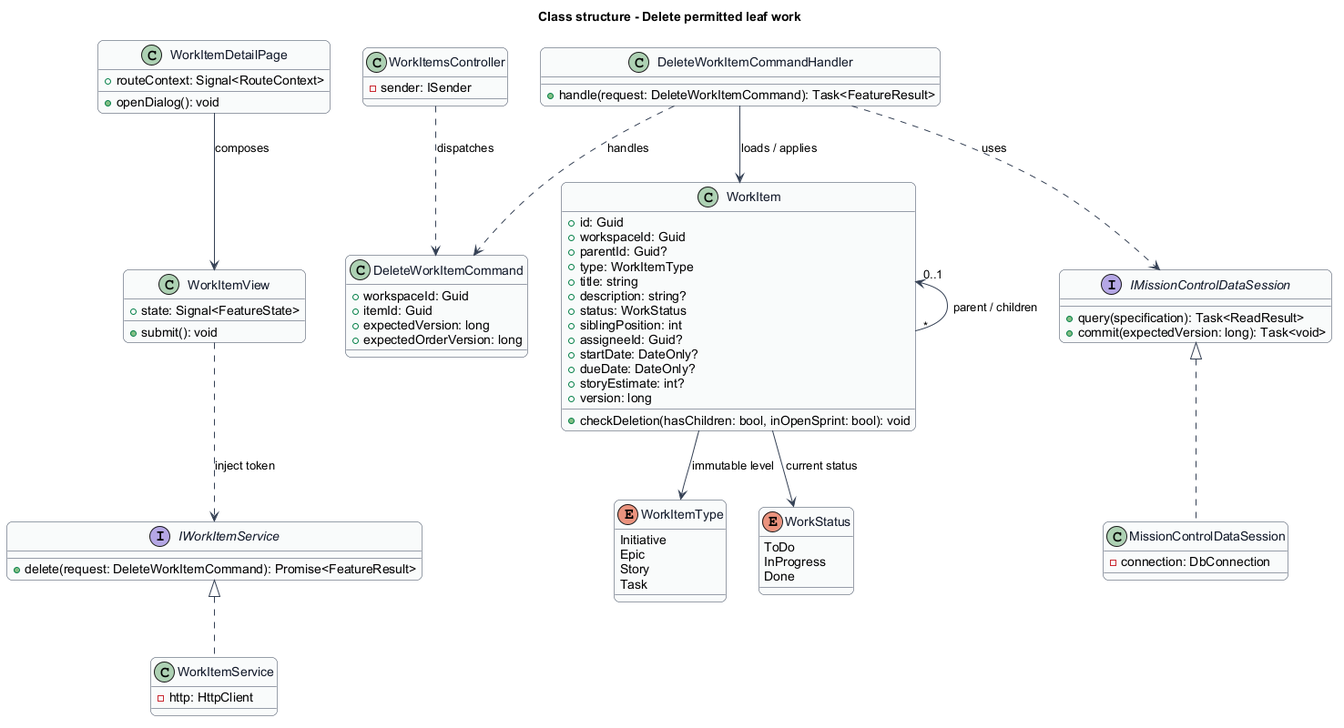
Before: docs/detailed-designs/work/delete-leaf-work/diagrams/class-structure.png, a diagram exported from PlantUML (QuinntyneBrown/mission-control). Source of this version:
```plantuml
@startuml
skinparam backgroundColor #FFFFFF
skinparam shadowing false
skinparam roundcorner 12
skinparam defaultFontName Arial
skinparam ArrowColor #344054
skinparam rectangle {
  BorderColor #344054
  FontColor #101828
}
skinparam package {
  BorderColor #667085
  FontColor #101828
  BackgroundColor #F9FAFB
}
title Class structure - Delete permitted leaf work
skinparam class {
  BorderColor #344054
  FontColor #101828
  BackgroundColor #F9FAFB
}
class WorkItemDetailPage {
  +routeContext: Signal<RouteContext>
  +openDialog(): void
}
class WorkItemView {
  +state: Signal<FeatureState>
  +submit(): void
}
interface IWorkItemService {
  +delete(request: DeleteWorkItemCommand): Promise<FeatureResult>
}
class WorkItemService {
  -http: HttpClient
}
class WorkItemsController {
  -sender: ISender
}
class WorkItem {
  +id: Guid
  +workspaceId: Guid
  +parentId: Guid?
  +type: WorkItemType
  +title: string
  +description: string?
  +status: WorkStatus
  +siblingPosition: int
  +assigneeId: Guid?
  +startDate: DateOnly?
  +dueDate: DateOnly?
  +storyEstimate: int?
  +version: long
  +checkDeletion(hasChildren: bool, inOpenSprint: bool): void
}
interface IMissionControlDataSession {
  +query(specification): Task<ReadResult>
  +commit(expectedVersion: long): Task<void>
}
class MissionControlDataSession {
  -connection: DbConnection
}
WorkItemDetailPage --> WorkItemView : composes
WorkItemView ..> IWorkItemService : inject token
IWorkItemService <|.. WorkItemService
IMissionControlDataSession <|.. MissionControlDataSession
class DeleteWorkItemCommand {
  +workspaceId: Guid
  +itemId: Guid
  +expectedVersion: long
  +expectedOrderVersion: long
}
class DeleteWorkItemCommandHandler {
  +handle(request: DeleteWorkItemCommand): Task<FeatureResult>
}
WorkItemsController ..> DeleteWorkItemCommand : dispatches
DeleteWorkItemCommandHandler ..> DeleteWorkItemCommand : handles
DeleteWorkItemCommandHandler --> WorkItem : loads / applies
DeleteWorkItemCommandHandler ..> IMissionControlDataSession : uses

enum WorkItemType {
  Initiative
  Epic
  Story
  Task
}
enum WorkStatus {
  ToDo
  InProgress
  Done
}
WorkItem --> WorkItemType : immutable level
WorkItem --> WorkStatus : current status
WorkItem "0..1" <-- "*" WorkItem : parent / children
@enduml
```
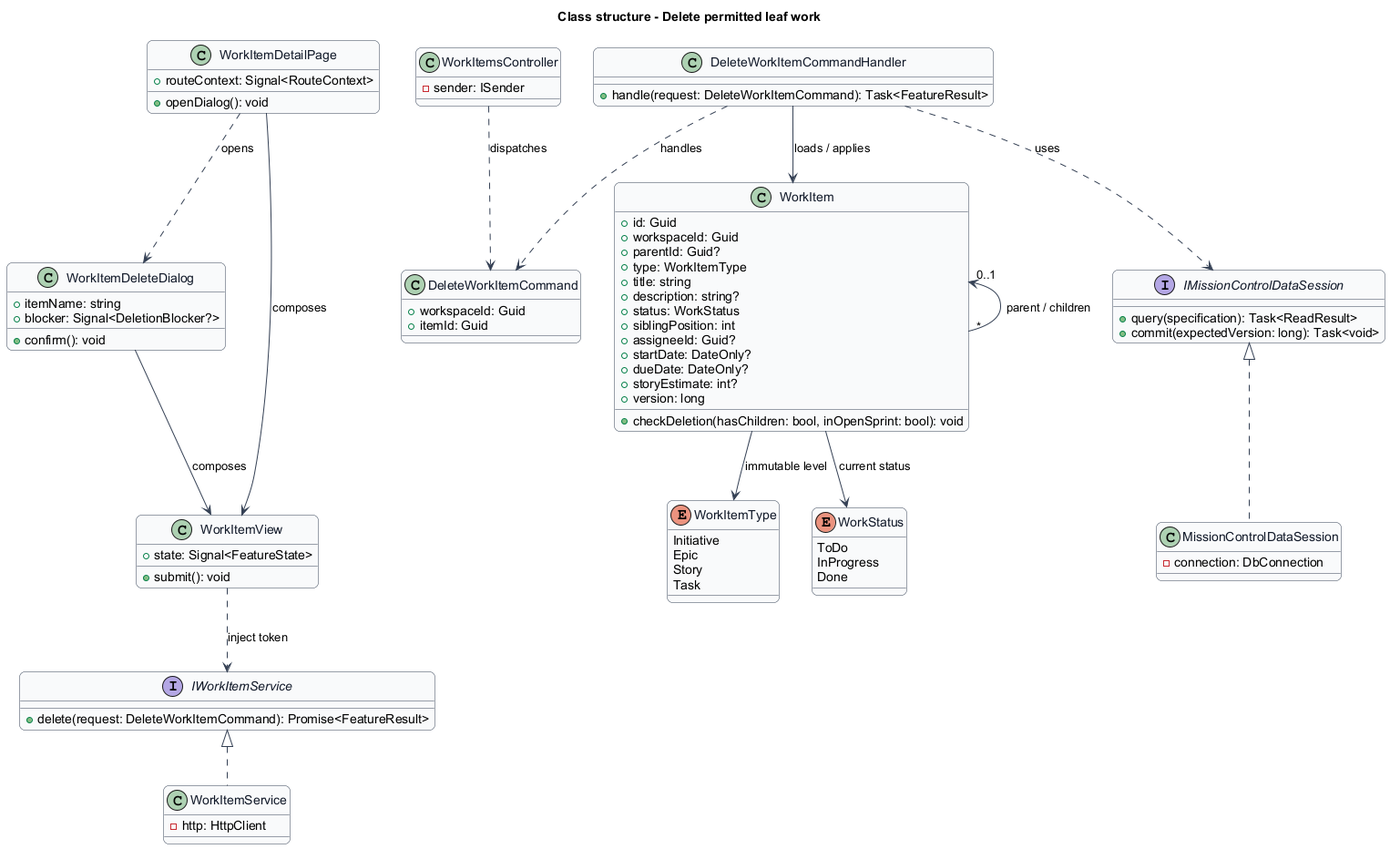
The same file after the commit.

What changed in the source:
```diff
@@ -22,6 +22,11 @@
 class WorkItemDetailPage {
   +routeContext: Signal<RouteContext>
   +openDialog(): void
+}
+class WorkItemDeleteDialog {
+  +itemName: string
+  +blocker: Signal<DeletionBlocker?>
+  +confirm(): void
 }
 class WorkItemView {
   +state: Signal<FeatureState>
@@ -60,14 +65,14 @@
   -connection: DbConnection
 }
 WorkItemDetailPage --> WorkItemView : composes
+WorkItemDetailPage ..> WorkItemDeleteDialog : opens
+WorkItemDeleteDialog --> WorkItemView : composes
 WorkItemView ..> IWorkItemService : inject token
 IWorkItemService <|.. WorkItemService
 IMissionControlDataSession <|.. MissionControlDataSession
 class DeleteWorkItemCommand {
   +workspaceId: Guid
   +itemId: Guid
-  +expectedVersion: long
-  +expectedOrderVersion: long
 }
 class DeleteWorkItemCommandHandler {
   +handle(request: DeleteWorkItemCommand): Task<FeatureResult>
```
